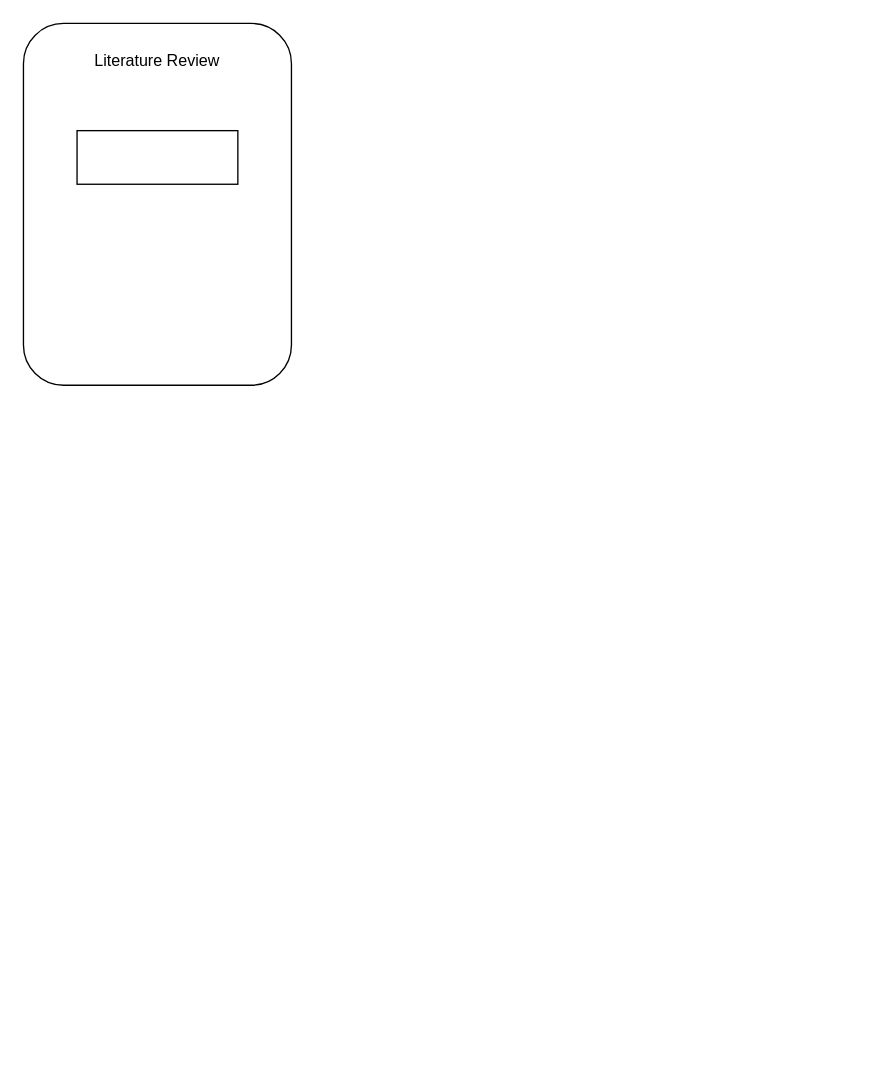
This is Framework method.drawio from ariesharry/Maturity-Index, a draw.io file, before an edit. Source tidied: cells renumbered, new cells numbered last; positions are measured from the earlier drawing's top-left corner, leaving out a move shared by most shapes. Both pictures are drawn from the tidied source at 134%, with x=0, y=0 at pixel (23, 23).
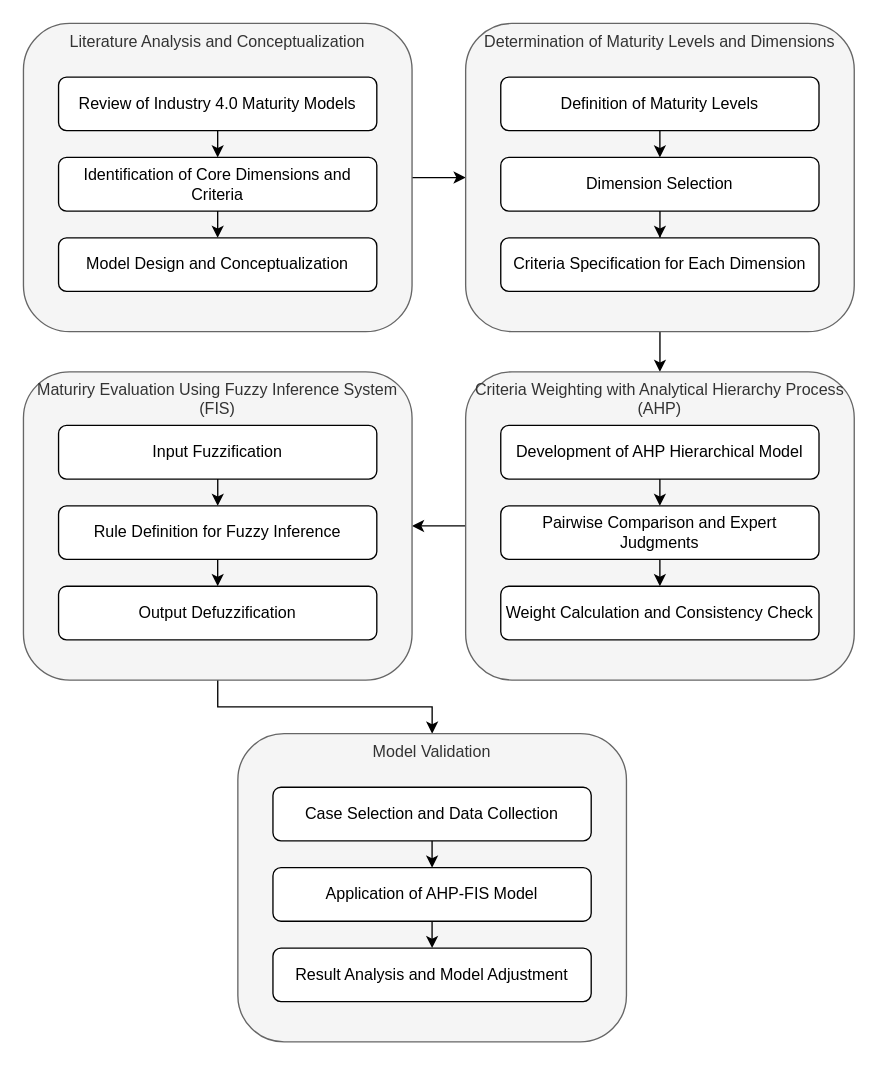
After the change.

The edit, as a diff of the source:
```diff
@@
+    <mxCell id="4" style="edgeStyle=orthogonalEdgeStyle;rounded=0;jettySize=auto;html=1;exitX=1;exitY=0.5;exitDx=0;exitDy=0;entryX=0;entryY=0.5;entryDx=0;entryDy=0;" parent="1" edge="1" source="2" target="11">
+      <mxGeometry relative="1" as="geometry" />
+    </mxCell>
-    <mxCell id="2" value="&#10;Literature Review&#10;&#10;" style="rounded=1;whiteSpace=wrap;html=1;verticalAlign=top;" parent="1" vertex="1">
-      <mxGeometry width="200" height="270" as="geometry" />
+    <mxCell id="2" value="Literature Analysis and Conceptualization" style="rounded=1;whiteSpace=wrap;html=1;verticalAlign=top;fillColor=#f5f5f5;fontColor=#333333;strokeColor=#666666;" parent="1" vertex="1">
+      <mxGeometry width="290" height="230" as="geometry" />
     </mxCell>
-    <mxCell id="3" style="rounded=0;whiteSpace=wrap;html=1;" parent="1" vertex="1">
-      <mxGeometry x="40" y="80" width="120" height="40" as="geometry" />
-    </mxCell>
+    <mxCell id="5" style="edgeStyle=orthogonalEdgeStyle;rounded=0;jettySize=auto;html=1;exitX=0.5;exitY=1;exitDx=0;exitDy=0;entryX=0.5;entryY=0;entryDx=0;entryDy=0;" parent="1" edge="1" source="6" target="8">
+      <mxGeometry relative="1" as="geometry" />
+    </mxCell>
+    <mxCell id="6" value="Review of Industry 4.0 Maturity Models" style="rounded=1;whiteSpace=wrap;html=1;" parent="1" vertex="1">
+      <mxGeometry x="26.2" y="40" width="237.5" height="40" as="geometry" />
+    </mxCell>
+    <mxCell id="7" style="edgeStyle=orthogonalEdgeStyle;rounded=0;jettySize=auto;html=1;exitX=0.5;exitY=1;exitDx=0;exitDy=0;entryX=0.5;entryY=0;entryDx=0;entryDy=0;" parent="1" edge="1" source="8" target="9">
+      <mxGeometry relative="1" as="geometry" />
+    </mxCell>
+    <mxCell id="8" value="Identification of Core Dimensions and Criteria" style="rounded=1;whiteSpace=wrap;html=1;" parent="1" vertex="1">
+      <mxGeometry x="26.2" y="100" width="237.5" height="40" as="geometry" />
+    </mxCell>
+    <mxCell id="9" value="Model Design and Conceptualization" style="rounded=1;whiteSpace=wrap;html=1;" parent="1" vertex="1">
+      <mxGeometry x="26.2" y="160" width="237.5" height="40" as="geometry" />
+    </mxCell>
+    <mxCell id="10" style="edgeStyle=orthogonalEdgeStyle;rounded=0;jettySize=auto;html=1;entryX=0.5;entryY=0;entryDx=0;entryDy=0;" parent="1" edge="1" source="11" target="18">
+      <mxGeometry relative="1" as="geometry" />
+    </mxCell>
+    <mxCell id="11" value="Determination of Maturity Levels and Dimensions" style="rounded=1;whiteSpace=wrap;html=1;verticalAlign=top;fillColor=#f5f5f5;fontColor=#333333;strokeColor=#666666;" parent="1" vertex="1">
+      <mxGeometry x="330" width="290" height="230" as="geometry" />
+    </mxCell>
+    <mxCell id="12" style="edgeStyle=orthogonalEdgeStyle;rounded=0;jettySize=auto;html=1;exitX=0.5;exitY=1;exitDx=0;exitDy=0;entryX=0.5;entryY=0;entryDx=0;entryDy=0;" parent="1" edge="1" source="13" target="15">
+      <mxGeometry relative="1" as="geometry" />
+    </mxCell>
+    <mxCell id="13" value="Definition of Maturity Levels" style="rounded=1;whiteSpace=wrap;html=1;" parent="1" vertex="1">
+      <mxGeometry x="356.2" y="40" width="237.5" height="40" as="geometry" />
+    </mxCell>
+    <mxCell id="14" style="edgeStyle=orthogonalEdgeStyle;rounded=0;jettySize=auto;html=1;" parent="1" edge="1" source="15" target="16">
+      <mxGeometry relative="1" as="geometry" />
+    </mxCell>
+    <mxCell id="15" value="Dimension Selection" style="rounded=1;whiteSpace=wrap;html=1;" parent="1" vertex="1">
+      <mxGeometry x="356.2" y="100" width="237.5" height="40" as="geometry" />
+    </mxCell>
+    <mxCell id="16" value="Criteria Specification for Each Dimension" style="rounded=1;whiteSpace=wrap;html=1;" parent="1" vertex="1">
+      <mxGeometry x="356.2" y="160" width="237.5" height="40" as="geometry" />
+    </mxCell>
+    <mxCell id="17" style="edgeStyle=orthogonalEdgeStyle;rounded=0;jettySize=auto;html=1;exitX=0;exitY=0.5;exitDx=0;exitDy=0;entryX=1;entryY=0.5;entryDx=0;entryDy=0;" parent="1" edge="1" source="18" target="25">
+      <mxGeometry relative="1" as="geometry" />
+    </mxCell>
+    <mxCell id="18" value="Criteria Weighting with Analytical Hierarchy Process (AHP)" style="rounded=1;whiteSpace=wrap;html=1;verticalAlign=top;fillColor=#f5f5f5;fontColor=#333333;strokeColor=#666666;" parent="1" vertex="1">
+      <mxGeometry x="330" y="260" width="290" height="230" as="geometry" />
+    </mxCell>
+    <mxCell id="19" style="edgeStyle=orthogonalEdgeStyle;rounded=0;jettySize=auto;html=1;exitX=0.5;exitY=1;exitDx=0;exitDy=0;entryX=0.5;entryY=0;entryDx=0;entryDy=0;" parent="1" edge="1" source="20" target="22">
+      <mxGeometry relative="1" as="geometry" />
+    </mxCell>
+    <mxCell id="20" value="Development of AHP Hierarchical Model" style="rounded=1;whiteSpace=wrap;html=1;" parent="1" vertex="1">
+      <mxGeometry x="356.2" y="300" width="237.5" height="40" as="geometry" />
+    </mxCell>
+    <mxCell id="21" style="edgeStyle=orthogonalEdgeStyle;rounded=0;jettySize=auto;html=1;exitX=0.5;exitY=1;exitDx=0;exitDy=0;entryX=0.5;entryY=0;entryDx=0;entryDy=0;" parent="1" edge="1" source="22" target="23">
+      <mxGeometry relative="1" as="geometry" />
+    </mxCell>
+    <mxCell id="22" value="Pairwise Comparison and Expert Judgments" style="rounded=1;whiteSpace=wrap;html=1;" parent="1" vertex="1">
+      <mxGeometry x="356.2" y="360" width="237.5" height="40" as="geometry" />
+    </mxCell>
+    <mxCell id="23" value="Weight Calculation and Consistency Check" style="rounded=1;whiteSpace=wrap;html=1;" parent="1" vertex="1">
+      <mxGeometry x="356.2" y="420" width="237.5" height="40" as="geometry" />
+    </mxCell>
+    <mxCell id="24" style="edgeStyle=orthogonalEdgeStyle;rounded=0;jettySize=auto;html=1;exitX=0.5;exitY=1;exitDx=0;exitDy=0;entryX=0.5;entryY=0;entryDx=0;entryDy=0;" parent="1" edge="1" source="25" target="31">
+      <mxGeometry relative="1" as="geometry" />
+    </mxCell>
+    <mxCell id="25" value="Maturiry Evaluation Using Fuzzy Inference System (FIS)" style="rounded=1;whiteSpace=wrap;html=1;verticalAlign=top;fillColor=#f5f5f5;fontColor=#333333;strokeColor=#666666;" parent="1" vertex="1">
+      <mxGeometry y="260" width="290" height="230" as="geometry" />
+    </mxCell>
+    <mxCell id="26" style="edgeStyle=orthogonalEdgeStyle;rounded=0;jettySize=auto;html=1;entryX=0.5;entryY=0;entryDx=0;entryDy=0;" parent="1" edge="1" source="27" target="29">
+      <mxGeometry relative="1" as="geometry" />
+    </mxCell>
+    <mxCell id="27" value="Input Fuzzification" style="rounded=1;whiteSpace=wrap;html=1;" parent="1" vertex="1">
+      <mxGeometry x="26.2" y="300" width="237.5" height="40" as="geometry" />
+    </mxCell>
+    <mxCell id="28" style="edgeStyle=orthogonalEdgeStyle;rounded=0;jettySize=auto;html=1;exitX=0.5;exitY=1;exitDx=0;exitDy=0;entryX=0.5;entryY=0;entryDx=0;entryDy=0;" parent="1" edge="1" source="29" target="30">
+      <mxGeometry relative="1" as="geometry" />
+    </mxCell>
+    <mxCell id="29" value="Rule Definition for Fuzzy Inference" style="rounded=1;whiteSpace=wrap;html=1;" parent="1" vertex="1">
+      <mxGeometry x="26.2" y="360" width="237.5" height="40" as="geometry" />
+    </mxCell>
+    <mxCell id="30" value="Output Defuzzification" style="rounded=1;whiteSpace=wrap;html=1;" parent="1" vertex="1">
+      <mxGeometry x="26.2" y="420" width="237.5" height="40" as="geometry" />
+    </mxCell>
+    <mxCell id="31" value="Model Validation" style="rounded=1;whiteSpace=wrap;html=1;verticalAlign=top;fillColor=#f5f5f5;fontColor=#333333;strokeColor=#666666;" parent="1" vertex="1">
+      <mxGeometry x="160" y="530" width="290" height="230" as="geometry" />
+    </mxCell>
+    <mxCell id="32" style="edgeStyle=orthogonalEdgeStyle;rounded=0;jettySize=auto;html=1;exitX=0.5;exitY=1;exitDx=0;exitDy=0;entryX=0.5;entryY=0;entryDx=0;entryDy=0;" parent="1" edge="1" source="33" target="35">
+      <mxGeometry relative="1" as="geometry" />
+    </mxCell>
+    <mxCell id="33" value="Case Selection and Data Collection" style="rounded=1;whiteSpace=wrap;html=1;" parent="1" vertex="1">
+      <mxGeometry x="186.2" y="570" width="237.5" height="40" as="geometry" />
+    </mxCell>
+    <mxCell id="34" style="edgeStyle=orthogonalEdgeStyle;rounded=0;jettySize=auto;html=1;exitX=0.5;exitY=1;exitDx=0;exitDy=0;entryX=0.5;entryY=0;entryDx=0;entryDy=0;" parent="1" edge="1" source="35" target="36">
+      <mxGeometry relative="1" as="geometry" />
+    </mxCell>
+    <mxCell id="35" value="Application of AHP-FIS Model" style="rounded=1;whiteSpace=wrap;html=1;" parent="1" vertex="1">
+      <mxGeometry x="186.2" y="630" width="237.5" height="40" as="geometry" />
+    </mxCell>
+    <mxCell id="36" value="Result Analysis and Model Adjustment" style="rounded=1;whiteSpace=wrap;html=1;" parent="1" vertex="1">
+      <mxGeometry x="186.2" y="690" width="237.5" height="40" as="geometry" />
+    </mxCell>
```
